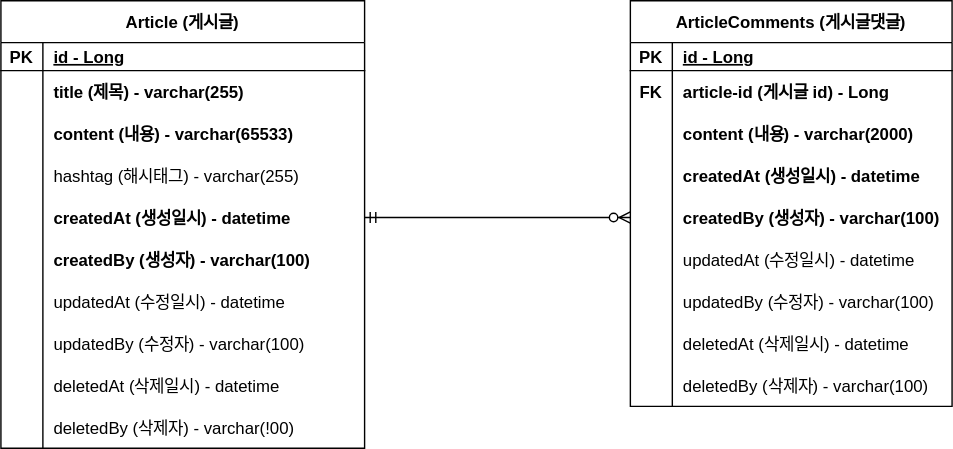
Above: document/project-board-erd.svg in choyongki/project-board (draw.io), before the change. Source tidied: cells renumbered, new cells last; positions are measured from the earlier drawing's top-left corner, leaving out a move shared by most shapes.
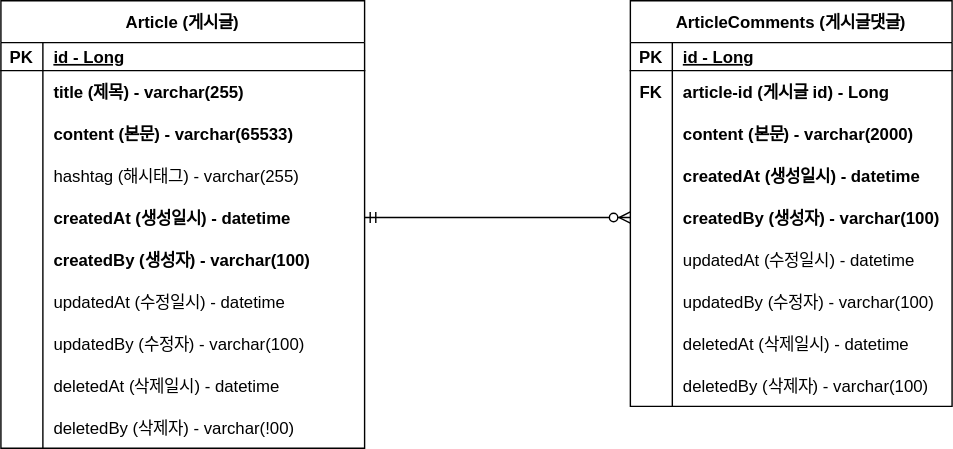
The same diagram one commit later.

Commit message:
#8 erd 설명 업데이트 : project-board-erd.svg

Change to the diagram source:
```diff
@@ -29,7 +29,7 @@
     <mxCell id="10" style="shape=partialRectangle;fillColor=none;top=0;left=0;bottom=0;right=0;overflow=hidden;" parent="9" vertex="1">
       <mxGeometry width="30" height="30" as="geometry" />
     </mxCell>
-    <mxCell id="11" value="content (내용) - varchar(65533)" style="shape=partialRectangle;fillColor=none;top=0;left=0;bottom=0;right=0;align=left;spacingLeft=6;overflow=hidden;fontStyle=1;" parent="9" vertex="1">
+    <mxCell id="11" value="content (본문) - varchar(65533)" style="shape=partialRectangle;fillColor=none;top=0;left=0;bottom=0;right=0;align=left;spacingLeft=6;overflow=hidden;fontStyle=1;" parent="9" vertex="1">
       <mxGeometry x="30" width="230" height="30" as="geometry" />
     </mxCell>
     <mxCell id="12" style="shape=tableRow;horizontal=0;startSize=0;swimlaneHead=0;swimlaneBody=0;fillColor=none;top=0;left=0;right=0;bottom=0;" parent="2" vertex="1">
@@ -122,7 +122,7 @@
     <mxCell id="41" style="shape=partialRectangle;fillColor=none;top=0;left=0;bottom=0;right=0;overflow=hidden;" parent="40" vertex="1">
       <mxGeometry width="30" height="30" as="geometry" />
     </mxCell>
-    <mxCell id="42" value="content (내용) - varchar(2000)" style="shape=partialRectangle;fillColor=none;top=0;left=0;bottom=0;right=0;align=left;spacingLeft=6;overflow=hidden;fontStyle=1;" parent="40" vertex="1">
+    <mxCell id="42" value="content (본문) - varchar(2000)" style="shape=partialRectangle;fillColor=none;top=0;left=0;bottom=0;right=0;align=left;spacingLeft=6;overflow=hidden;fontStyle=1;" parent="40" vertex="1">
       <mxGeometry x="30" width="200" height="30" as="geometry" />
     </mxCell>
     <mxCell id="43" style="shape=tableRow;horizontal=0;startSize=0;swimlaneHead=0;swimlaneBody=0;fillColor=none;top=0;left=0;right=0;bottom=0;" parent="33" vertex="1">
```
